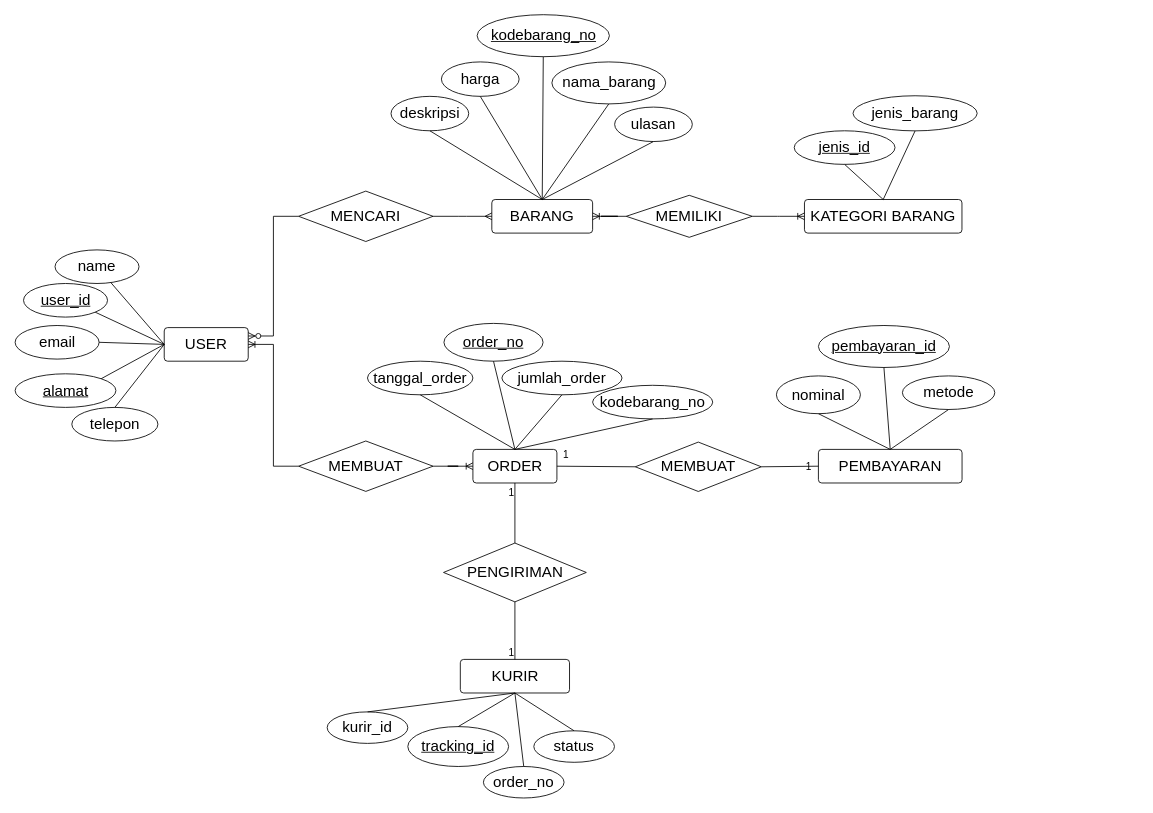
Above: Untitled Diagram.drawio in WisanggeniSuryo/USM (draw.io), before the change. Source tidied: cells renumbered, new cells numbered last; positions are measured from the earlier drawing's top-left corner, leaving out a move shared by most shapes. Both pictures are drawn from the tidied source at 84%, with x=0, y=0 at pixel (14, 14).
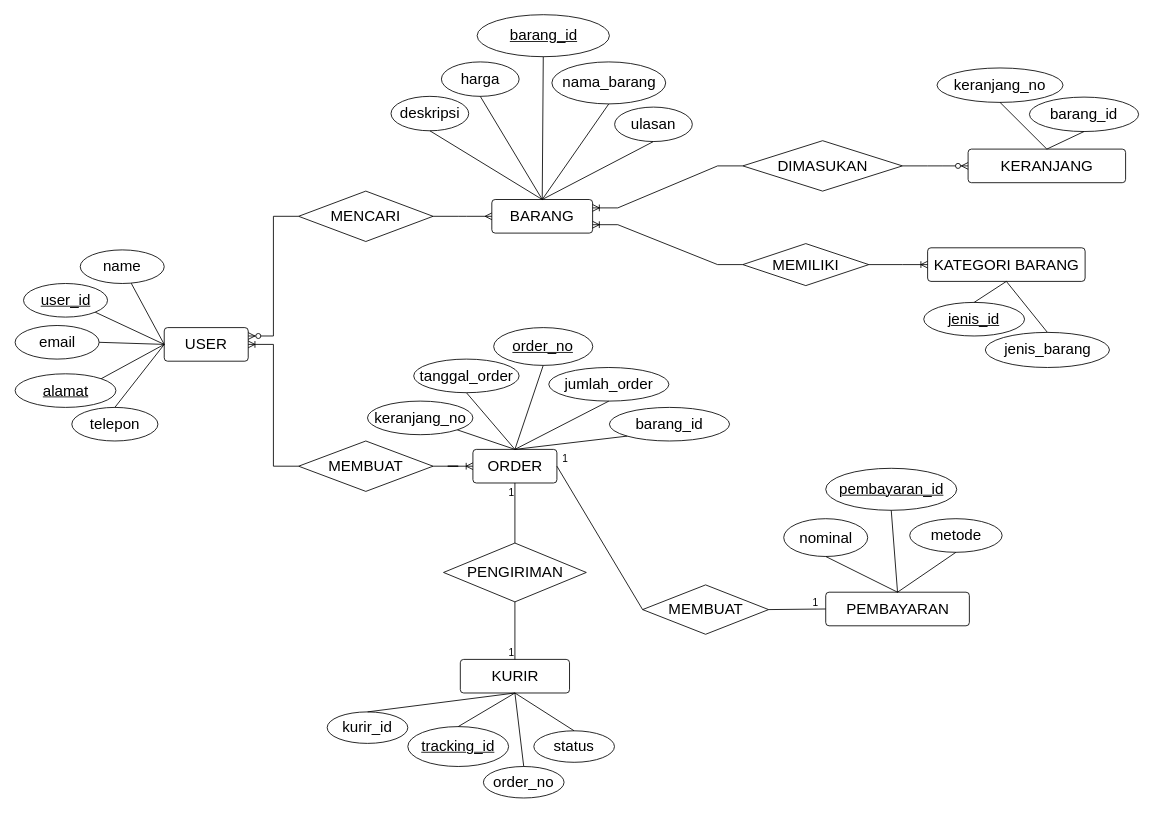
After the change.

Unchanged cells that the change refers to:
```xml
<mxCell id="16" value="&lt;font style=&quot;font-size: 18px;&quot;&gt;ORDER&lt;/font&gt;" style="rounded=1;arcSize=10;whiteSpace=wrap;html=1;align=center;" parent="1" vertex="1">
  <mxGeometry x="545.5" y="517.5" width="100" height="40" as="geometry" />
</mxCell>
<mxCell id="19" value="&lt;span style=&quot;font-size: 18px;&quot;&gt;BARANG&lt;/span&gt;" style="rounded=1;arcSize=10;whiteSpace=wrap;html=1;align=center;" parent="1" vertex="1">
  <mxGeometry x="568" y="220" width="120" height="40" as="geometry" />
</mxCell>
<mxCell id="55" style="endArrow=none;html=1;rounded=0;exitX=1;exitY=0.5;exitDx=0;exitDy=0;entryX=0;entryY=0.5;entryDx=0;entryDy=0;" parent="1" edge="1" source="18" target="17">
  <mxGeometry relative="1" as="geometry" />
</mxCell>
<mxCell id="57" style="endArrow=none;html=1;rounded=0;exitX=0;exitY=0.5;exitDx=0;exitDy=0;entryX=1;entryY=0.5;entryDx=0;entryDy=0;" parent="1" edge="1" source="18" target="16">
  <mxGeometry relative="1" as="geometry" />
</mxCell>
```

The edit, as a diff of the source:
```diff
@@
     <mxCell id="5" value="&lt;font style=&quot;font-size: 18px;&quot;&gt;order_no&lt;/font&gt;" style="ellipse;whiteSpace=wrap;html=1;shadow=0;fontStyle=4;" parent="1" vertex="1">
-      <mxGeometry x="511" y="367.5" width="118" height="45" as="geometry" />
+      <mxGeometry x="570.2" y="372.5" width="118" height="45" as="geometry" />
     </mxCell>
     <mxCell id="6" value="&lt;span style=&quot;font-size: 18px;&quot;&gt;jumlah_order&lt;/span&gt;" style="ellipse;whiteSpace=wrap;html=1;" parent="1" vertex="1">
-      <mxGeometry x="580" y="412.5" width="143" height="40" as="geometry" />
+      <mxGeometry x="635.8" y="420" width="143" height="40" as="geometry" />
     </mxCell>
     <mxCell id="7" value="&lt;font style=&quot;font-size: 18px;&quot;&gt;tanggal_order&lt;/font&gt;" style="ellipse;whiteSpace=wrap;html=1;" parent="1" vertex="1">
-      <mxGeometry x="420" y="412.5" width="125.5" height="40" as="geometry" />
+      <mxGeometry x="475" y="410" width="125.5" height="40" as="geometry" />
     </mxCell>
@@
     <mxCell id="9" value="&lt;span style=&quot;font-size: 18px;&quot;&gt;pembayaran_id&lt;/span&gt;" style="ellipse;whiteSpace=wrap;html=1;shadow=0;fontStyle=4;" parent="1" vertex="1">
-      <mxGeometry x="956.8" y="370" width="156" height="50" as="geometry" />
+      <mxGeometry x="965.5" y="540" width="156" height="50" as="geometry" />
     </mxCell>
     <mxCell id="10" value="&lt;span style=&quot;font-size: 18px;&quot;&gt;nominal&lt;/span&gt;" style="ellipse;whiteSpace=wrap;html=1;shadow=0;" parent="1" vertex="1">
-      <mxGeometry x="906.8" y="430" width="100" height="45" as="geometry" />
+      <mxGeometry x="915.5" y="600" width="100" height="45" as="geometry" />
     </mxCell>
     <mxCell id="11" value="&lt;span style=&quot;font-size: 18px;&quot;&gt;metode&lt;/span&gt;" style="ellipse;whiteSpace=wrap;html=1;shadow=0;" parent="1" vertex="1">
-      <mxGeometry x="1056.8" y="430" width="110" height="40" as="geometry" />
+      <mxGeometry x="1065.5" y="600" width="110" height="40" as="geometry" />
     </mxCell>
@@
     <mxCell id="13" value="&lt;font style=&quot;font-size: 18px;&quot;&gt;name&lt;/font&gt;" style="ellipse;whiteSpace=wrap;html=1;align=center;" parent="1" vertex="1">
-      <mxGeometry x="48" y="280" width="100" height="40" as="geometry" />
+      <mxGeometry x="78" y="280" width="100" height="40" as="geometry" />
     </mxCell>
@@
     <mxCell id="17" value="&lt;span style=&quot;font-size: 18px;&quot;&gt;PEMBAYARAN&lt;/span&gt;" style="rounded=1;arcSize=10;whiteSpace=wrap;html=1;align=center;" parent="1" vertex="1">
-      <mxGeometry x="956.8" y="517.5" width="171" height="40" as="geometry" />
+      <mxGeometry x="965.5" y="687.5" width="171" height="40" as="geometry" />
     </mxCell>
     <mxCell id="18" value="&lt;span style=&quot;font-size: 18px;&quot;&gt;MEMBUAT&lt;/span&gt;" style="rhombus;whiteSpace=wrap;html=1;" parent="1" vertex="1">
-      <mxGeometry x="738.8" y="508.8" width="150" height="58.8" as="geometry" />
+      <mxGeometry x="747.5" y="678.8" width="150" height="58.8" as="geometry" />
     </mxCell>
@@
-    <mxCell id="21" value="&lt;span style=&quot;font-size: 18px;&quot;&gt;kodebarang_no&lt;/span&gt;" style="ellipse;whiteSpace=wrap;html=1;shadow=0;fontStyle=4;" parent="1" vertex="1">
+    <mxCell id="21" value="&lt;span style=&quot;font-size: 18px;&quot;&gt;barang_id&lt;/span&gt;" style="ellipse;whiteSpace=wrap;html=1;shadow=0;fontStyle=4;" parent="1" vertex="1">
       <mxGeometry x="550.5" width="157.5" height="50" as="geometry" />
     </mxCell>
@@
     <mxCell id="23" value="&lt;span style=&quot;font-size: 18px;&quot;&gt;KATEGORI BARANG&lt;/span&gt;" style="rounded=1;arcSize=10;whiteSpace=wrap;html=1;align=center;" parent="1" vertex="1">
-      <mxGeometry x="940.2" y="220" width="187.5" height="40" as="geometry" />
+      <mxGeometry x="1086.8" y="277.5" width="187.5" height="40" as="geometry" />
     </mxCell>
     <mxCell id="24" value="&lt;span style=&quot;font-size: 18px;&quot;&gt;jenis_barang&lt;/span&gt;" style="ellipse;whiteSpace=wrap;html=1;shadow=0;fontStyle=0;" parent="1" vertex="1">
-      <mxGeometry x="998" y="96.5" width="147.8" height="41.8" as="geometry" />
+      <mxGeometry x="1155.5" y="378.2" width="147.8" height="41.8" as="geometry" />
     </mxCell>
@@
     <mxCell id="45" value="&lt;span style=&quot;font-size: 18px;&quot;&gt;jenis_id&lt;/span&gt;" style="ellipse;whiteSpace=wrap;html=1;shadow=0;fontStyle=4;" parent="1" vertex="1">
-      <mxGeometry x="928" y="138.2" width="120" height="40" as="geometry" />
+      <mxGeometry x="1082.2" y="342.5" width="120" height="40" as="geometry" />
     </mxCell>
-    <mxCell id="46" style="endArrow=none;html=1;rounded=0;exitX=0.5;exitY=1;exitDx=0;exitDy=0;entryX=0.5;entryY=0;entryDx=0;entryDy=0;" parent="1" edge="1" source="45" target="23">
+    <mxCell id="46" style="endArrow=none;html=1;rounded=0;exitX=0.5;exitY=0;exitDx=0;exitDy=0;entryX=0.5;entryY=1;entryDx=0;entryDy=0;" parent="1" edge="1" source="45" target="23">
       <mxGeometry relative="1" as="geometry" />
     </mxCell>
-    <mxCell id="47" style="endArrow=none;html=1;rounded=0;exitX=0.5;exitY=1;exitDx=0;exitDy=0;entryX=0.5;entryY=0;entryDx=0;entryDy=0;" parent="1" edge="1" source="24" target="23">
+    <mxCell id="47" style="endArrow=none;html=1;rounded=0;exitX=0.5;exitY=0;exitDx=0;exitDy=0;entryX=0.5;entryY=1;entryDx=0;entryDy=0;" parent="1" edge="1" source="24" target="23">
       <mxGeometry relative="1" as="geometry" />
     </mxCell>
@@
     <mxCell id="56" value="1" style="html=1;whiteSpace=wrap;align=right;verticalAlign=bottom;" parent="55" vertex="1">
       <mxGeometry x="1" relative="1" as="geometry">
-        <mxPoint x="-7" y="8" as="offset" />
+        <mxPoint x="-7" as="offset" />
       </mxGeometry>
     </mxCell>
@@
     <mxCell id="58" value="1" style="html=1;whiteSpace=wrap;align=right;verticalAlign=bottom;" parent="57" vertex="1">
       <mxGeometry x="1" relative="1" as="geometry">
-        <mxPoint x="15" y="-6" as="offset" />
+        <mxPoint x="15" as="offset" />
       </mxGeometry>
     </mxCell>
     <mxCell id="59" value="&lt;span style=&quot;font-size: 18px;&quot;&gt;MEMILIKI&lt;/span&gt;" style="rhombus;whiteSpace=wrap;html=1;" parent="1" vertex="1">
-      <mxGeometry x="728" y="215" width="150" height="50" as="geometry" />
+      <mxGeometry x="866.8" y="272.5" width="150" height="50" as="geometry" />
     </mxCell>
@@
-    <mxCell id="61" style="edgeStyle=entityRelationEdgeStyle;fontSize=12;html=1;endArrow=ERoneToMany;rounded=0;entryX=1;entryY=0.5;entryDx=0;entryDy=0;exitX=0;exitY=0.5;exitDx=0;exitDy=0;" parent="1" edge="1" source="59" target="19">
+    <mxCell id="61" style="edgeStyle=entityRelationEdgeStyle;fontSize=12;html=1;endArrow=ERoneToMany;rounded=0;entryX=1;entryY=0.75;entryDx=0;entryDy=0;exitX=0;exitY=0.5;exitDx=0;exitDy=0;" parent="1" edge="1" source="59" target="19">
       <mxGeometry relative="1" as="geometry" />
     </mxCell>
@@
-    <mxCell id="69" value="&lt;span style=&quot;font-size: 18px;&quot;&gt;kodebarang_no&lt;/span&gt;" style="ellipse;whiteSpace=wrap;html=1;" parent="1" vertex="1">
-      <mxGeometry x="688" y="441.2" width="143" height="40" as="geometry" />
+    <mxCell id="69" value="&lt;span style=&quot;font-size: 18px;&quot;&gt;barang_id&lt;/span&gt;" style="ellipse;whiteSpace=wrap;html=1;" parent="1" vertex="1">
+      <mxGeometry x="708" y="467.5" width="143" height="40" as="geometry" />
     </mxCell>
-    <mxCell id="70" style="endArrow=none;html=1;rounded=0;entryX=0.5;entryY=0;entryDx=0;entryDy=0;exitX=0.5;exitY=1;exitDx=0;exitDy=0;" parent="1" edge="1" source="69" target="16">
+    <mxCell id="70" style="endArrow=none;html=1;rounded=0;entryX=0.5;entryY=0;entryDx=0;entryDy=0;exitX=0;exitY=1;exitDx=0;exitDy=0;" parent="1" edge="1" source="69" target="16">
       <mxGeometry relative="1" as="geometry" />
     </mxCell>
@@
+    <mxCell id="73" value="&lt;span style=&quot;font-size: 18px;&quot;&gt;DIMASUKAN&lt;/span&gt;" style="rhombus;whiteSpace=wrap;html=1;" parent="1" vertex="1">
+      <mxGeometry x="866.8" y="150" width="190" height="60" as="geometry" />
+    </mxCell>
+    <mxCell id="74" value="&lt;span style=&quot;font-size: 18px;&quot;&gt;KERANJANG&lt;/span&gt;" style="rounded=1;arcSize=10;whiteSpace=wrap;html=1;align=center;" parent="1" vertex="1">
+      <mxGeometry x="1135" y="160" width="187.5" height="40" as="geometry" />
+    </mxCell>
+    <mxCell id="75" value="&lt;span style=&quot;font-size: 18px;&quot;&gt;keranjang_no&lt;/span&gt;" style="ellipse;whiteSpace=wrap;html=1;" parent="1" vertex="1">
+      <mxGeometry x="420" y="460" width="125.5" height="40" as="geometry" />
+    </mxCell>
+    <mxCell id="76" value="&lt;span style=&quot;font-size: 18px;&quot;&gt;keranjang_no&lt;/span&gt;" style="ellipse;whiteSpace=wrap;html=1;shadow=0;fontStyle=0;" parent="1" vertex="1">
+      <mxGeometry x="1098" y="63.4" width="150" height="41" as="geometry" />
+    </mxCell>
+    <mxCell id="77" value="&lt;span style=&quot;font-size: 18px;&quot;&gt;barang_id&lt;/span&gt;" style="ellipse;whiteSpace=wrap;html=1;shadow=0;fontStyle=0;" parent="1" vertex="1">
+      <mxGeometry x="1208" y="98.1" width="130" height="41" as="geometry" />
+    </mxCell>
+    <mxCell id="78" style="endArrow=none;html=1;rounded=0;exitX=0.5;exitY=1;exitDx=0;exitDy=0;entryX=0.5;entryY=0;entryDx=0;entryDy=0;" parent="1" edge="1" source="76" target="74">
+      <mxGeometry relative="1" as="geometry" />
+    </mxCell>
+    <mxCell id="79" style="endArrow=none;html=1;rounded=0;exitX=0.5;exitY=1;exitDx=0;exitDy=0;entryX=0.5;entryY=0;entryDx=0;entryDy=0;" parent="1" edge="1" source="77" target="74">
+      <mxGeometry relative="1" as="geometry" />
+    </mxCell>
+    <mxCell id="80" style="edgeStyle=entityRelationEdgeStyle;fontSize=12;html=1;endArrow=ERoneToMany;rounded=0;entryX=1;entryY=0.25;entryDx=0;entryDy=0;exitX=0;exitY=0.5;exitDx=0;exitDy=0;" parent="1" edge="1" source="73" target="19">
+      <mxGeometry relative="1" as="geometry" />
+    </mxCell>
+    <mxCell id="81" style="edgeStyle=entityRelationEdgeStyle;fontSize=12;html=1;endArrow=ERzeroToMany;endFill=1;rounded=0;entryX=0;entryY=0.5;entryDx=0;entryDy=0;exitX=1;exitY=0.5;exitDx=0;exitDy=0;" parent="1" edge="1" source="73" target="74">
+      <mxGeometry relative="1" as="geometry" />
+    </mxCell>
+    <mxCell id="82" style="endArrow=none;html=1;rounded=0;entryX=0.5;entryY=0;entryDx=0;entryDy=0;exitX=1;exitY=1;exitDx=0;exitDy=0;" parent="1" edge="1" source="75" target="16">
+      <mxGeometry relative="1" as="geometry" />
+    </mxCell>
```
